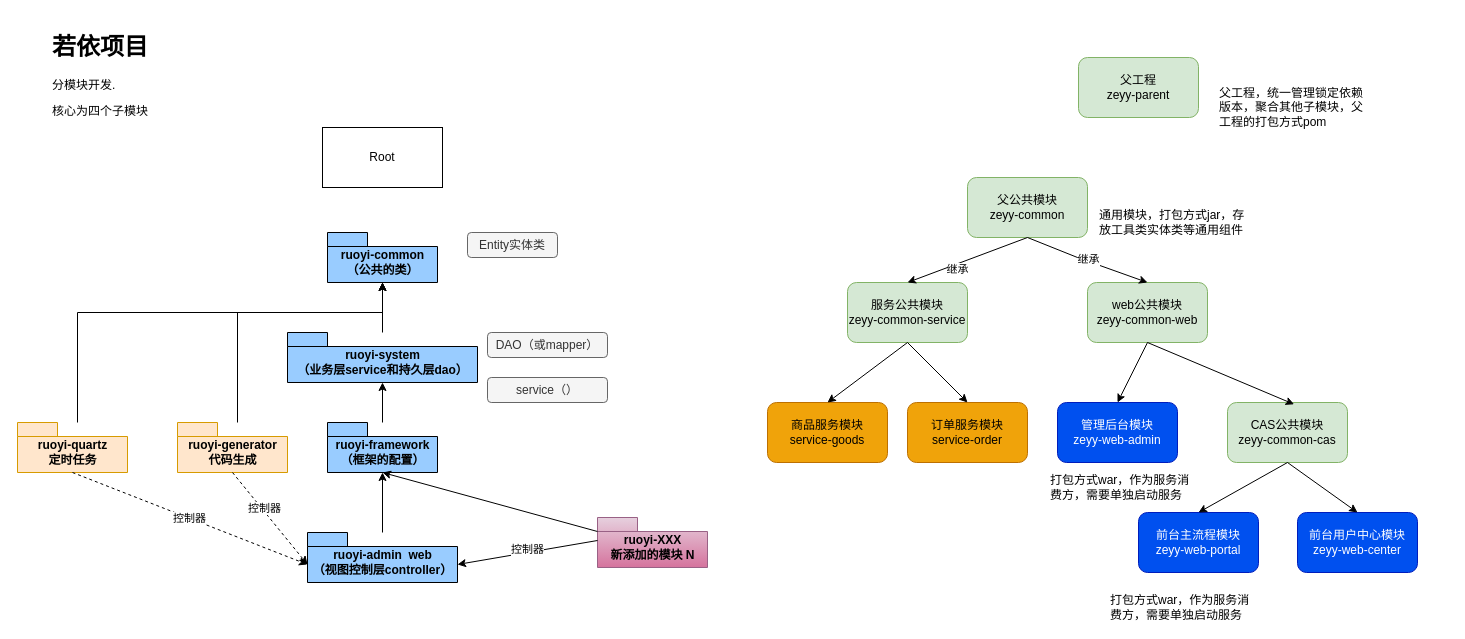
Earlier version of the draw.io diagram page "文件结构（模块关系）" (3 of 8) of RuoYi/若依框架.drawio (weihuohuayi/draw.io). Source tidied: cells renumbered, new cells numbered last; positions are measured from the earlier drawing's top-left corner, leaving out a move shared by most shapes. Both pictures are drawn from the tidied source at 100%, with x=0, y=0 at pixel (17, 27).
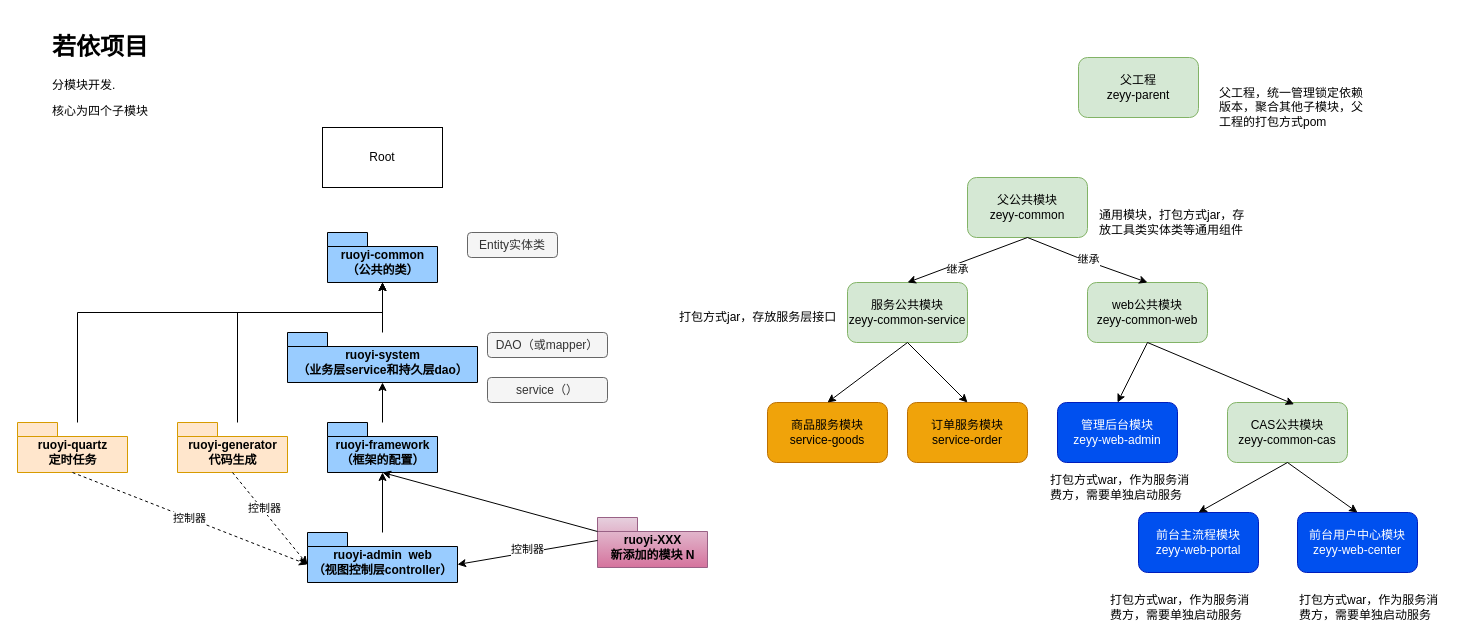
The same diagram, later.

Change to the diagram source:
```diff
@@
+    <mxCell id="49" value="打包方式war，作为服务消费方，需要单独启动服务" style="text;html=1;strokeColor=none;fillColor=none;align=left;verticalAlign=middle;whiteSpace=wrap;rounded=0;" parent="1" vertex="1">
+      <mxGeometry x="1280" y="565" width="150" height="30" as="geometry" />
+    </mxCell>
+    <mxCell id="50" value="打包方式jar，存放服务层接口" style="text;html=1;strokeColor=none;fillColor=none;align=left;verticalAlign=middle;whiteSpace=wrap;rounded=0;" parent="1" vertex="1">
+      <mxGeometry x="660" y="275" width="160" height="30" as="geometry" />
+    </mxCell>
```
